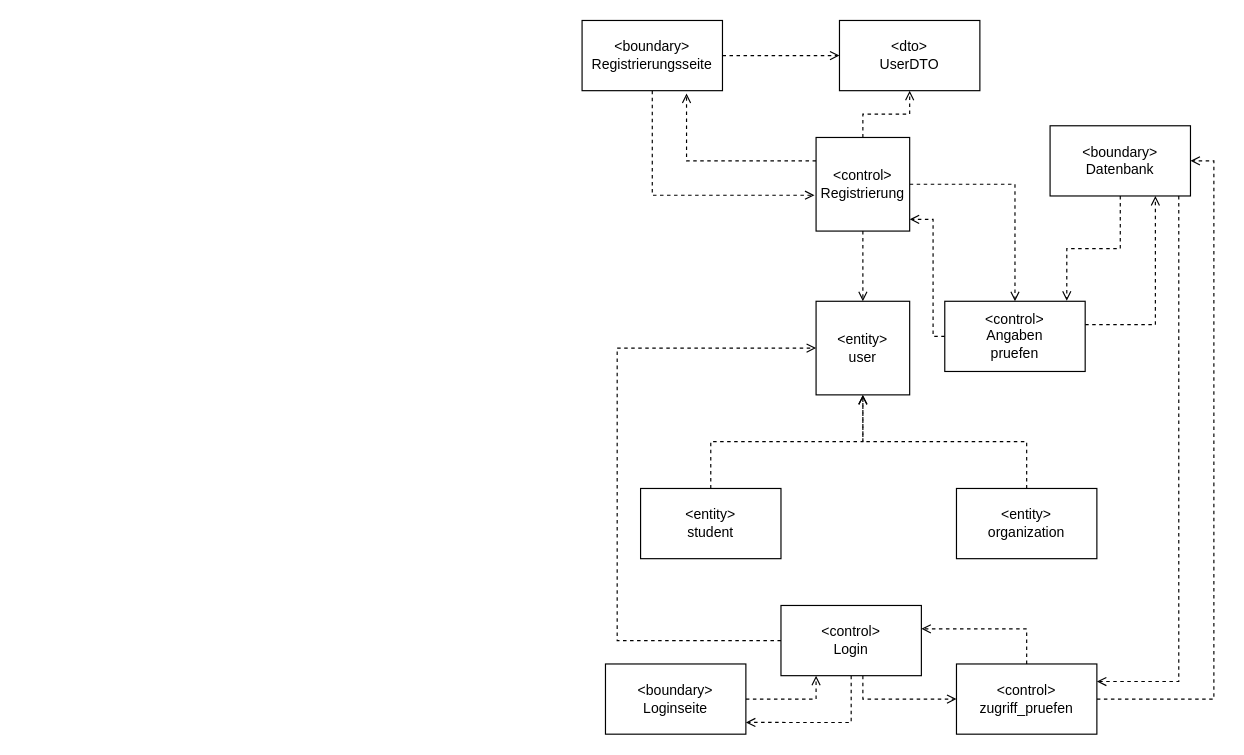
Earlier version of the draw.io diagram doc/diagram/1.Klassendiagramm.drawio (KlaraGolubovic/SE02). Source tidied: cells renumbered, new cells numbered last; positions are measured from the earlier drawing's top-left corner, leaving out a move shared by most shapes. Both pictures are drawn from the tidied source at 117%, with x=0, y=0 at pixel (581, 20).
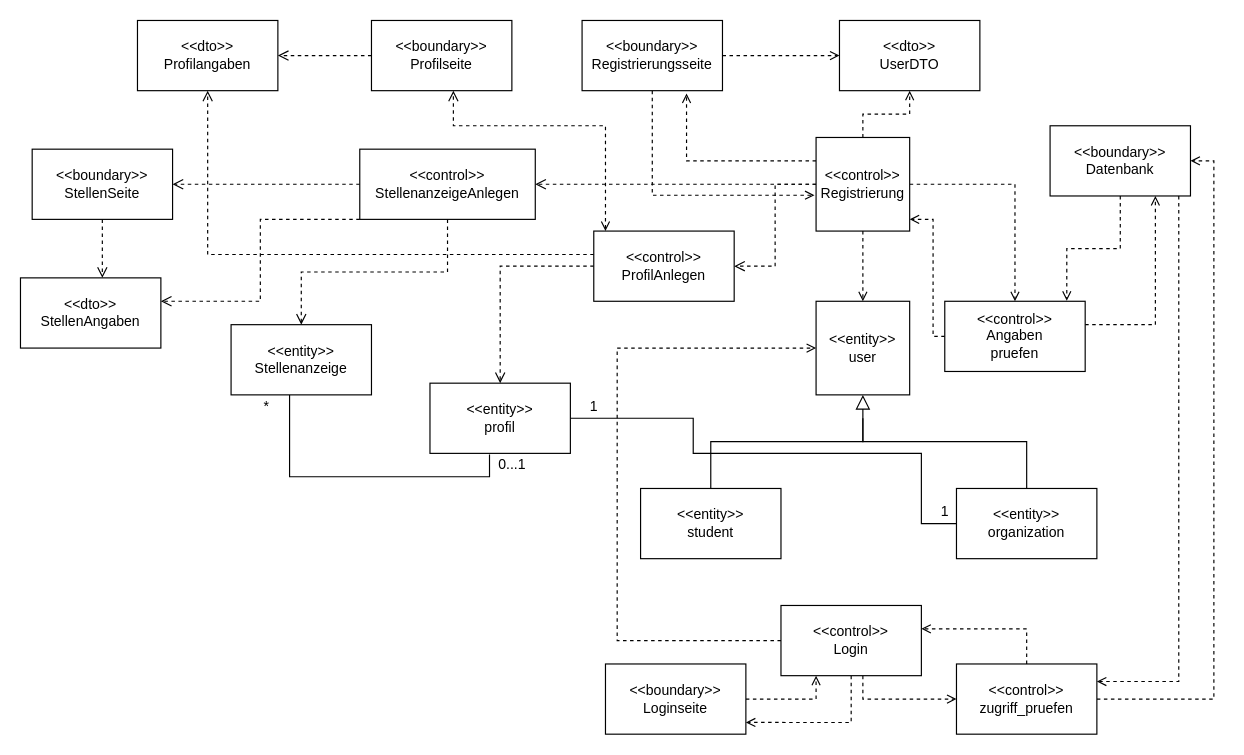
The same diagram, later.

Diff of the diagram source:
```diff
@@
+    <mxCell id="31" style="edgeStyle=orthogonalEdgeStyle;rounded=0;jettySize=auto;html=1;endArrow=open;endFill=0;endSize=7;dashed=1;" parent="1" edge="1" source="6" target="38">
+      <mxGeometry relative="1" as="geometry" />
+    </mxCell>
+    <mxCell id="32" style="edgeStyle=orthogonalEdgeStyle;rounded=0;jettySize=auto;html=1;entryX=1;entryY=0.5;entryDx=0;entryDy=0;dashed=1;endArrow=open;endFill=0;endSize=7;" parent="1" edge="1" source="6" target="44">
+      <mxGeometry relative="1" as="geometry" />
+    </mxCell>
-    <mxCell id="6" value="&lt;div&gt;&amp;lt;control&amp;gt;&lt;/div&gt;&lt;div&gt;Registrierung&lt;br&gt;&lt;/div&gt;" style="whiteSpace=wrap;html=1;" parent="1" vertex="1">
+    <mxCell id="6" value="&lt;div&gt;&amp;lt;&amp;lt;control&amp;gt;&amp;gt;&lt;/div&gt;&lt;div&gt;Registrierung&lt;br&gt;&lt;/div&gt;" style="whiteSpace=wrap;html=1;" parent="1" vertex="1">
       <mxGeometry x="200" y="100" width="80" height="80" as="geometry" />
     </mxCell>
-    <mxCell id="7" value="&lt;div&gt;&amp;lt;entity&amp;gt;&lt;/div&gt;&lt;div&gt;user&lt;br&gt;&lt;/div&gt;" style="whiteSpace=wrap;html=1;" parent="1" vertex="1">
+    <mxCell id="7" value="&lt;div&gt;&amp;lt;&amp;lt;entity&amp;gt;&amp;gt;&lt;/div&gt;&lt;div&gt;user&lt;br&gt;&lt;/div&gt;" style="whiteSpace=wrap;html=1;" parent="1" vertex="1">
       <mxGeometry x="200" y="240" width="80" height="80" as="geometry" />
     </mxCell>
-    <mxCell id="8" style="edgeStyle=orthogonalEdgeStyle;rounded=0;jettySize=auto;html=1;dashed=1;endArrow=open;endFill=0;" parent="1" edge="1" source="9">
+    <mxCell id="8" style="edgeStyle=orthogonalEdgeStyle;rounded=0;jettySize=auto;html=1;endArrow=none;endFill=0;" parent="1" edge="1" source="9">
       <mxGeometry relative="1" as="geometry">
-        <mxPoint x="240" y="320" as="targetPoint" />
+        <mxPoint x="240" y="340" as="targetPoint" />
         <Array as="points">
           <mxPoint x="110" y="360" />
           <mxPoint x="240" y="360" />
         </Array>
       </mxGeometry>
     </mxCell>
-    <mxCell id="9" value="&lt;div&gt;&amp;lt;entity&amp;gt;&lt;/div&gt;&lt;div&gt;student&lt;br&gt;&lt;/div&gt;" style="whiteSpace=wrap;html=1;" parent="1" vertex="1">
+    <mxCell id="9" value="&lt;div&gt;&amp;lt;&amp;lt;entity&amp;gt;&amp;gt;&lt;/div&gt;&lt;div&gt;student&lt;br&gt;&lt;/div&gt;" style="whiteSpace=wrap;html=1;" parent="1" vertex="1">
       <mxGeometry x="50" y="400" width="120" height="60" as="geometry" />
     </mxCell>
-    <mxCell id="10" style="edgeStyle=orthogonalEdgeStyle;rounded=0;jettySize=auto;html=1;entryX=0.5;entryY=1;entryDx=0;entryDy=0;dashed=1;endArrow=open;endFill=0;" parent="1" edge="1" source="11" target="7">
+    <mxCell id="10" style="edgeStyle=orthogonalEdgeStyle;rounded=0;jettySize=auto;html=1;endArrow=block;endFill=0;endSize=10;" parent="1" edge="1" source="11">
       <mxGeometry relative="1" as="geometry">
+        <mxPoint x="240" y="320" as="targetPoint" />
         <Array as="points">
           <mxPoint x="380" y="360" />
           <mxPoint x="240" y="360" />
         </Array>
       </mxGeometry>
     </mxCell>
-    <mxCell id="11" value="&lt;div&gt;&amp;lt;entity&amp;gt;&lt;/div&gt;&lt;span class=&quot;module__title__link&quot;&gt;organization&lt;/span&gt;" style="whiteSpace=wrap;html=1;" parent="1" vertex="1">
+    <mxCell id="11" value="&lt;div&gt;&amp;lt;&amp;lt;entity&amp;gt;&amp;gt;&lt;/div&gt;&lt;span class=&quot;module__title__link&quot;&gt;organization&lt;/span&gt;" style="whiteSpace=wrap;html=1;" parent="1" vertex="1">
       <mxGeometry x="320" y="400" width="120" height="60" as="geometry" />
     </mxCell>
@@
-    <mxCell id="14" value="&lt;div&gt;&amp;lt;control&amp;gt;&lt;/div&gt;&lt;div&gt;Angaben&lt;br&gt;&lt;/div&gt;pruefen" style="whiteSpace=wrap;html=1;" parent="1" vertex="1">
+    <mxCell id="14" value="&lt;div&gt;&amp;lt;&amp;lt;control&amp;gt;&amp;gt;&lt;/div&gt;&lt;div&gt;Angaben&lt;br&gt;&lt;/div&gt;pruefen" style="whiteSpace=wrap;html=1;" parent="1" vertex="1">
       <mxGeometry x="310" y="240" width="120" height="60" as="geometry" />
     </mxCell>
@@
-    <mxCell id="17" value="&lt;div&gt;&amp;lt;boundary&amp;gt;&lt;/div&gt;&lt;div&gt;Datenbank&lt;br&gt;&lt;/div&gt;" style="whiteSpace=wrap;html=1;" parent="1" vertex="1">
+    <mxCell id="17" value="&lt;div&gt;&amp;lt;&amp;lt;boundary&amp;gt;&amp;gt;&lt;/div&gt;&lt;div&gt;Datenbank&lt;br&gt;&lt;/div&gt;" style="whiteSpace=wrap;html=1;" parent="1" vertex="1">
       <mxGeometry x="400" y="90" width="120" height="60" as="geometry" />
     </mxCell>
-    <mxCell id="18" value="&lt;div&gt;&amp;lt;dto&amp;gt;&lt;/div&gt;&lt;div&gt;UserDTO&lt;br&gt;&lt;/div&gt;" style="whiteSpace=wrap;html=1;" parent="1" vertex="1">
+    <mxCell id="18" value="&lt;div&gt;&amp;lt;&amp;lt;dto&amp;gt;&amp;gt;&lt;/div&gt;&lt;div&gt;UserDTO&lt;br&gt;&lt;/div&gt;" style="whiteSpace=wrap;html=1;" parent="1" vertex="1">
       <mxGeometry x="220" width="120" height="60" as="geometry" />
     </mxCell>
@@
-    <mxCell id="21" value="&lt;div&gt;&amp;lt;boundary&amp;gt;&lt;br&gt;&lt;/div&gt;&lt;div&gt;Registrierungsseite&lt;/div&gt;" style="whiteSpace=wrap;html=1;" parent="1" vertex="1">
+    <mxCell id="21" value="&lt;div&gt;&amp;lt;&amp;lt;boundary&amp;gt;&amp;gt;&lt;br&gt;&lt;/div&gt;&lt;div&gt;Registrierungsseite&lt;/div&gt;" style="whiteSpace=wrap;html=1;" parent="1" vertex="1">
       <mxGeometry width="120" height="60" as="geometry" />
     </mxCell>
@@
-    <mxCell id="25" value="&lt;div&gt;&amp;lt;control&amp;gt;&lt;/div&gt;&lt;div&gt;Login&lt;br&gt;&lt;/div&gt;" style="whiteSpace=wrap;html=1;" parent="1" vertex="1">
+    <mxCell id="25" value="&lt;div&gt;&amp;lt;&amp;lt;control&amp;gt;&amp;gt;&lt;/div&gt;&lt;div&gt;Login&lt;br&gt;&lt;/div&gt;" style="whiteSpace=wrap;html=1;" parent="1" vertex="1">
       <mxGeometry x="170" y="500" width="120" height="60" as="geometry" />
     </mxCell>
@@
-    <mxCell id="27" value="&lt;div&gt;&amp;lt;boundary&amp;gt;&lt;/div&gt;&lt;div&gt;Loginseite&lt;br&gt;&lt;/div&gt;" style="whiteSpace=wrap;html=1;" parent="1" vertex="1">
+    <mxCell id="27" value="&lt;div&gt;&amp;lt;&amp;lt;boundary&amp;gt;&amp;gt;&lt;/div&gt;&lt;div&gt;Loginseite&lt;br&gt;&lt;/div&gt;" style="whiteSpace=wrap;html=1;" parent="1" vertex="1">
       <mxGeometry x="20" y="550" width="120" height="60" as="geometry" />
     </mxCell>
@@
-    <mxCell id="30" value="&lt;div&gt;&amp;lt;control&amp;gt;&lt;/div&gt;&lt;div&gt;zugriff_pruefen&lt;br&gt;&lt;/div&gt;" style="whiteSpace=wrap;html=1;" parent="1" vertex="1">
+    <mxCell id="30" value="&lt;div&gt;&amp;lt;&amp;lt;control&amp;gt;&amp;gt;&lt;/div&gt;&lt;div&gt;zugriff_pruefen&lt;br&gt;&lt;/div&gt;" style="whiteSpace=wrap;html=1;" parent="1" vertex="1">
       <mxGeometry x="320" y="550" width="120" height="60" as="geometry" />
     </mxCell>
+    <mxCell id="33" style="edgeStyle=orthogonalEdgeStyle;rounded=0;jettySize=auto;html=1;endArrow=none;endFill=0;endSize=7;entryX=0;entryY=0.5;entryDx=0;entryDy=0;" parent="1" edge="1" source="34" target="11">
+      <mxGeometry relative="1" as="geometry">
+        <Array as="points">
+          <mxPoint x="95" y="340" />
+          <mxPoint x="95" y="370" />
+          <mxPoint x="290" y="370" />
+          <mxPoint x="290" y="430" />
+        </Array>
+      </mxGeometry>
+    </mxCell>
+    <mxCell id="34" value="&lt;div&gt;&amp;lt;&amp;lt;entity&amp;gt;&amp;gt;&lt;/div&gt;&lt;div&gt;profil&lt;br&gt;&lt;/div&gt;" style="whiteSpace=wrap;html=1;" parent="1" vertex="1">
+      <mxGeometry x="-130" y="310" width="120" height="60" as="geometry" />
+    </mxCell>
+    <mxCell id="35" style="edgeStyle=orthogonalEdgeStyle;rounded=0;jettySize=auto;html=1;entryX=0.5;entryY=0;entryDx=0;entryDy=0;endArrow=open;endFill=0;endSize=7;dashed=1;" parent="1" edge="1" source="38" target="34">
+      <mxGeometry relative="1" as="geometry" />
+    </mxCell>
+    <mxCell id="36" style="edgeStyle=orthogonalEdgeStyle;rounded=0;jettySize=auto;html=1;dashed=1;endArrow=open;endFill=0;endSize=7;startArrow=open;startFill=0;" parent="1" edge="1" source="38" target="46">
+      <mxGeometry relative="1" as="geometry">
+        <Array as="points">
+          <mxPoint x="20" y="90" />
+          <mxPoint x="-110" y="90" />
+        </Array>
+      </mxGeometry>
+    </mxCell>
+    <mxCell id="37" style="edgeStyle=orthogonalEdgeStyle;rounded=0;jettySize=auto;html=1;dashed=1;startArrow=none;startFill=0;endArrow=open;endFill=0;endSize=7;" parent="1" edge="1" source="38" target="47">
+      <mxGeometry relative="1" as="geometry">
+        <Array as="points">
+          <mxPoint x="-320" y="200" />
+        </Array>
+      </mxGeometry>
+    </mxCell>
+    <mxCell id="38" value="&lt;div&gt;&amp;lt;&amp;lt;control&amp;gt;&amp;gt;&lt;/div&gt;&lt;div&gt;ProfilAnlegen&lt;/div&gt;" style="whiteSpace=wrap;html=1;" parent="1" vertex="1">
+      <mxGeometry x="10" y="180" width="120" height="60" as="geometry" />
+    </mxCell>
+    <mxCell id="39" style="edgeStyle=orthogonalEdgeStyle;rounded=0;jettySize=auto;html=1;entryX=0.424;entryY=1.017;entryDx=0;entryDy=0;entryPerimeter=0;startArrow=none;startFill=0;endArrow=none;endFill=0;endSize=7;" parent="1" edge="1" source="40" target="34">
+      <mxGeometry relative="1" as="geometry">
+        <Array as="points">
+          <mxPoint x="-250" y="390" />
+          <mxPoint x="-79" y="390" />
+        </Array>
+      </mxGeometry>
+    </mxCell>
+    <mxCell id="40" value="&lt;div&gt;&amp;lt;&amp;lt;entity&amp;gt;&amp;gt;&lt;/div&gt;&lt;div&gt;Stellenanzeige&lt;br&gt;&lt;/div&gt;" style="whiteSpace=wrap;html=1;" parent="1" vertex="1">
+      <mxGeometry x="-300" y="260" width="120" height="60" as="geometry" />
+    </mxCell>
+    <mxCell id="41" style="edgeStyle=orthogonalEdgeStyle;rounded=0;jettySize=auto;html=1;entryX=0.5;entryY=0;entryDx=0;entryDy=0;dashed=1;endArrow=open;endFill=0;endSize=7;" parent="1" edge="1" source="44" target="40">
+      <mxGeometry relative="1" as="geometry" />
+    </mxCell>
+    <mxCell id="42" style="edgeStyle=orthogonalEdgeStyle;rounded=0;jettySize=auto;html=1;entryX=1;entryY=0.5;entryDx=0;entryDy=0;dashed=1;startArrow=none;startFill=0;endArrow=open;endFill=0;endSize=7;" parent="1" edge="1" source="44" target="52">
+      <mxGeometry relative="1" as="geometry" />
+    </mxCell>
+    <mxCell id="43" style="edgeStyle=orthogonalEdgeStyle;rounded=0;jettySize=auto;html=1;dashed=1;startArrow=none;startFill=0;endArrow=open;endFill=0;endSize=7;" parent="1" edge="1" source="44" target="50">
+      <mxGeometry relative="1" as="geometry">
+        <Array as="points">
+          <mxPoint x="-275" y="170" />
+          <mxPoint x="-275" y="240" />
+        </Array>
+      </mxGeometry>
+    </mxCell>
+    <mxCell id="44" value="&lt;div&gt;&amp;lt;&amp;lt;control&amp;gt;&amp;gt;&lt;/div&gt;&lt;div&gt;StellenanzeigeAnlegen&lt;/div&gt;" style="whiteSpace=wrap;html=1;" parent="1" vertex="1">
+      <mxGeometry x="-190" y="110" width="150" height="60" as="geometry" />
+    </mxCell>
+    <mxCell id="45" style="edgeStyle=orthogonalEdgeStyle;rounded=0;jettySize=auto;html=1;dashed=1;startArrow=none;startFill=0;endArrow=open;endFill=0;endSize=7;entryX=1;entryY=0.5;entryDx=0;entryDy=0;" parent="1" edge="1" source="46" target="47">
+      <mxGeometry relative="1" as="geometry" />
+    </mxCell>
+    <mxCell id="46" value="&lt;div&gt;&amp;lt;&amp;lt;boundary&amp;gt;&amp;gt;&lt;br&gt;&lt;/div&gt;&lt;div&gt;Profilseite&lt;/div&gt;" style="whiteSpace=wrap;html=1;" parent="1" vertex="1">
+      <mxGeometry x="-180" width="120" height="60" as="geometry" />
+    </mxCell>
+    <mxCell id="47" value="&amp;lt;&amp;lt;dto&amp;gt;&amp;gt;&lt;br&gt;Profilangaben" style="whiteSpace=wrap;html=1;" parent="1" vertex="1">
+      <mxGeometry x="-380" width="120" height="60" as="geometry" />
+    </mxCell>
+    <mxCell id="48" value="1" style="text;html=1;align=center;verticalAlign=middle;strokeColor=none;fillColor=none;" parent="1" vertex="1">
+      <mxGeometry y="320" width="20" height="20" as="geometry" />
+    </mxCell>
+    <mxCell id="49" value="1" style="text;html=1;align=center;verticalAlign=middle;strokeColor=none;fillColor=none;" parent="1" vertex="1">
+      <mxGeometry x="300" y="410" width="20" height="20" as="geometry" />
+    </mxCell>
+    <mxCell id="50" value="&amp;lt;&amp;lt;dto&amp;gt;&amp;gt;&lt;br&gt;StellenAngaben" style="whiteSpace=wrap;html=1;" parent="1" vertex="1">
+      <mxGeometry x="-480" y="220" width="120" height="60" as="geometry" />
+    </mxCell>
+    <mxCell id="51" style="edgeStyle=orthogonalEdgeStyle;rounded=0;jettySize=auto;html=1;entryX=0.583;entryY=0;entryDx=0;entryDy=0;entryPerimeter=0;dashed=1;startArrow=none;startFill=0;endArrow=open;endFill=0;endSize=7;" parent="1" edge="1" source="52" target="50">
+      <mxGeometry relative="1" as="geometry" />
+    </mxCell>
+    <mxCell id="52" value="&lt;div&gt;&amp;lt;&amp;lt;boundary&amp;gt;&amp;gt;&lt;br&gt;&lt;/div&gt;&lt;div&gt;StellenSeite&lt;/div&gt;" style="whiteSpace=wrap;html=1;" parent="1" vertex="1">
+      <mxGeometry x="-470" y="110" width="120" height="60" as="geometry" />
+    </mxCell>
+    <mxCell id="53" value="0...1" style="text;html=1;align=center;verticalAlign=middle;strokeColor=none;fillColor=none;" parent="1" vertex="1">
+      <mxGeometry x="-80" y="370" width="40" height="20" as="geometry" />
+    </mxCell>
+    <mxCell id="54" value="*" style="text;html=1;align=center;verticalAlign=middle;strokeColor=none;fillColor=none;" parent="1" vertex="1">
+      <mxGeometry x="-280" y="320" width="20" height="20" as="geometry" />
+    </mxCell>
```
